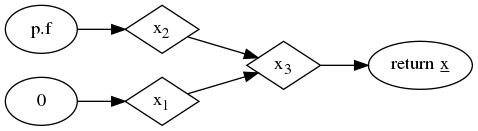
Above: ql/docs/learn-ql/ssa.png in github/codeql (Graphviz), before the change. Its source is kept beside it as ql/docs/learn-ql/ssa.dot. The source it was exported from:
```dot
digraph ssa {
    rankdir=LR;

    "x1" [shape=diamond,label=<x<sub>1</sub>>];
    "x2" [shape=diamond,label=<x<sub>2</sub>>];
    "x3" [shape=diamond,label=<x<sub>3</sub>>];
    "return x" [label=<return <u>x</u>>];

    "0" -> "x1";
    "p.f" -> "x2";
    "x1" -> "x3";
    "x2" -> "x3";
    "x3" -> "return x";
}
```
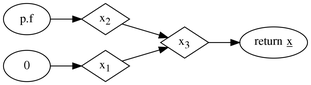
Later version of the same file.

Change to the diagram source:
```diff
@@ -1,4 +1,5 @@
 digraph ssa {
+    graph [dpi=300];
     rankdir=LR;
 
     "x1" [shape=diamond,label=<x<sub>1</sub>>];
```
